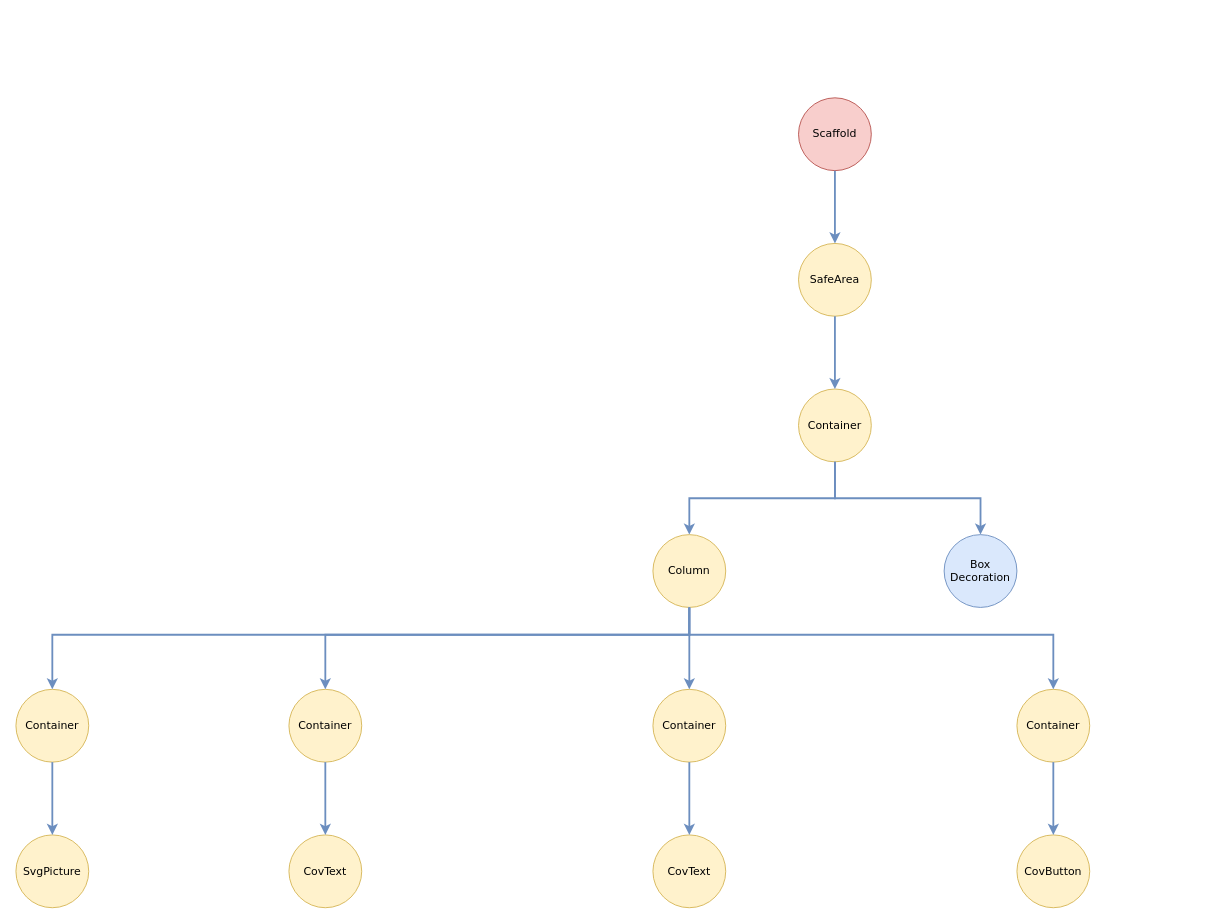
Before: .drawio/Intro.drawio in ukayaj620/covidfo, a draw.io diagram. Source tidied: cells renumbered, new cells numbered last; positions are measured from the earlier drawing's top-left corner, leaving out a move shared by most shapes. Both pictures are drawn from the tidied source at 91%, with x=0, y=0 at pixel (15, 97).
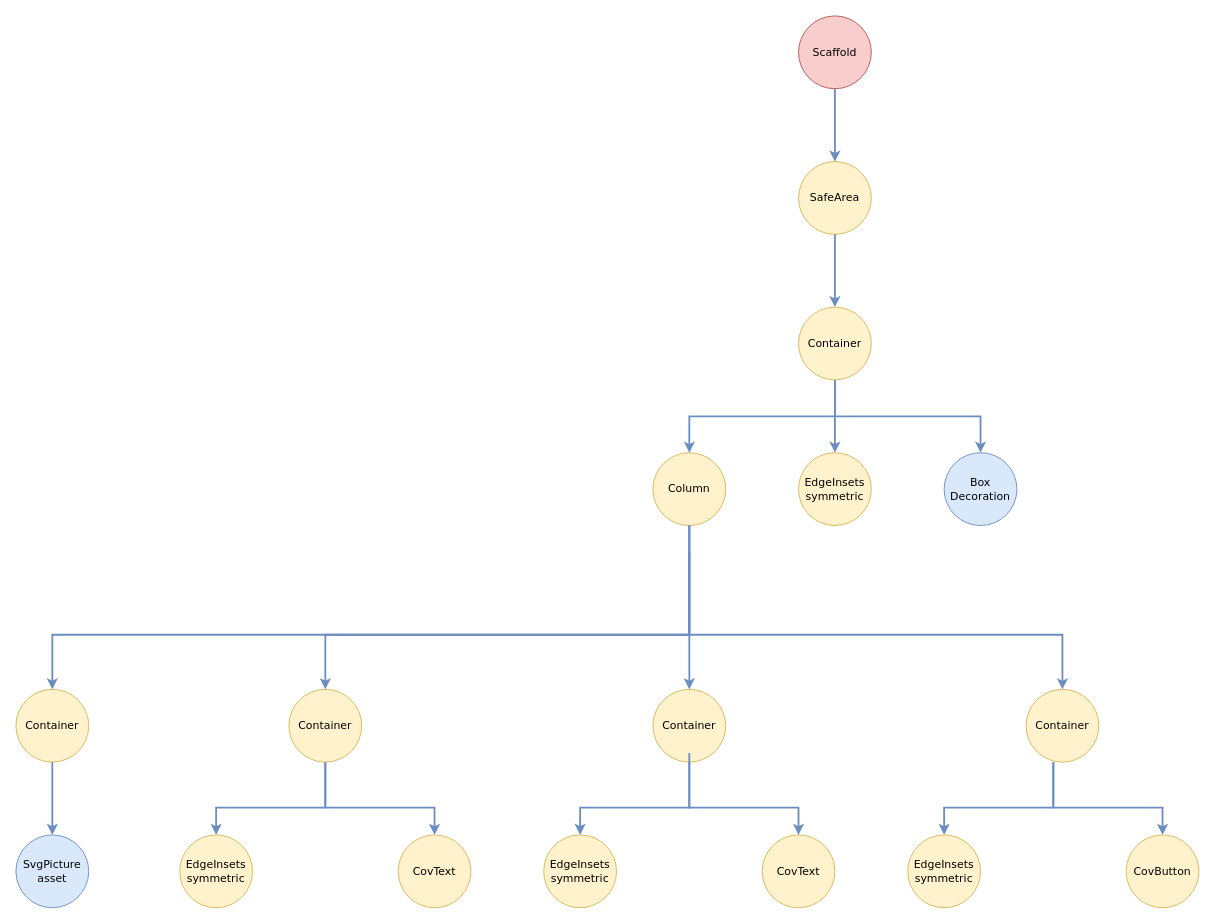
The same page after the edit.

The change refers to these unchanged cells:
```xml
<mxCell id="7" value="Container" style="ellipse;whiteSpace=wrap;html=1;fontFamily=Verdana;fillColor=#fff2cc;strokeColor=#d6b656;" parent="1" vertex="1">
  <mxGeometry x="300" y="650" width="80" height="80" as="geometry" />
</mxCell>
<mxCell id="8" value="Container" style="ellipse;whiteSpace=wrap;html=1;fontFamily=Verdana;fillColor=#fff2cc;strokeColor=#d6b656;" parent="1" vertex="1">
  <mxGeometry y="650" width="80" height="80" as="geometry" />
</mxCell>
<mxCell id="11" value="Container" style="ellipse;whiteSpace=wrap;html=1;fontFamily=Verdana;fillColor=#fff2cc;strokeColor=#d6b656;" parent="1" vertex="1">
  <mxGeometry x="700" y="650" width="80" height="80" as="geometry" />
</mxCell>
```

Diff of the diagram source:
```diff
@@
     <mxCell id="2" value="Scaffold" style="ellipse;whiteSpace=wrap;html=1;fontFamily=Verdana;fillColor=#f8cecc;strokeColor=#b85450;" parent="1" vertex="1">
-      <mxGeometry x="860" width="80" height="80" as="geometry" />
+      <mxGeometry x="860" y="-90" width="80" height="80" as="geometry" />
     </mxCell>
     <mxCell id="3" value="SafeArea" style="ellipse;whiteSpace=wrap;html=1;fontFamily=Verdana;fillColor=#fff2cc;strokeColor=#d6b656;" parent="1" vertex="1">
-      <mxGeometry x="860" y="160" width="80" height="80" as="geometry" />
+      <mxGeometry x="860" y="70" width="80" height="80" as="geometry" />
     </mxCell>
     <mxCell id="4" value="&lt;div&gt;Box&lt;/div&gt;&lt;div&gt;Decoration&lt;br&gt;&lt;/div&gt;" style="ellipse;whiteSpace=wrap;html=1;fontFamily=Verdana;fillColor=#dae8fc;strokeColor=#6c8ebf;" parent="1" vertex="1">
-      <mxGeometry x="1020" y="480" width="80" height="80" as="geometry" />
+      <mxGeometry x="1020" y="390" width="80" height="80" as="geometry" />
     </mxCell>
     <mxCell id="5" value="Container" style="ellipse;whiteSpace=wrap;html=1;fontFamily=Verdana;fillColor=#fff2cc;strokeColor=#d6b656;" parent="1" vertex="1">
-      <mxGeometry x="860" y="320" width="80" height="80" as="geometry" />
+      <mxGeometry x="860" y="230" width="80" height="80" as="geometry" />
     </mxCell>
     <mxCell id="6" value="Column" style="ellipse;whiteSpace=wrap;html=1;fontFamily=Verdana;fillColor=#fff2cc;strokeColor=#d6b656;" parent="1" vertex="1">
-      <mxGeometry x="700" y="480" width="80" height="80" as="geometry" />
+      <mxGeometry x="700" y="390" width="80" height="80" as="geometry" />
     </mxCell>
@@
-    <mxCell id="9" value="&lt;div&gt;SvgPicture&lt;/div&gt;" style="ellipse;whiteSpace=wrap;html=1;fontFamily=Verdana;fillColor=#fff2cc;strokeColor=#d6b656;" parent="1" vertex="1">
+    <mxCell id="9" value="&lt;div&gt;SvgPicture&lt;/div&gt;&lt;div&gt;asset&lt;br&gt;&lt;/div&gt;" style="ellipse;whiteSpace=wrap;html=1;fontFamily=Verdana;fillColor=#dae8fc;strokeColor=#6c8ebf;" parent="1" vertex="1">
       <mxGeometry y="810" width="80" height="80" as="geometry" />
     </mxCell>
     <mxCell id="10" value="CovText" style="ellipse;whiteSpace=wrap;html=1;fontFamily=Verdana;fillColor=#fff2cc;strokeColor=#d6b656;" parent="1" vertex="1">
-      <mxGeometry x="300" y="810" width="80" height="80" as="geometry" />
+      <mxGeometry x="420" y="810" width="80" height="80" as="geometry" />
     </mxCell>
@@
-    <mxCell id="12" value="CovText" style="ellipse;whiteSpace=wrap;html=1;fontFamily=Verdana;fillColor=#fff2cc;strokeColor=#d6b656;" parent="1" vertex="1">
-      <mxGeometry x="700" y="810" width="80" height="80" as="geometry" />
-    </mxCell>
@@
     <mxCell id="14" value="Container" style="ellipse;whiteSpace=wrap;html=1;fontFamily=Verdana;fillColor=#fff2cc;strokeColor=#d6b656;" parent="1" vertex="1">
-      <mxGeometry x="1100" y="650" width="80" height="80" as="geometry" />
+      <mxGeometry x="1110" y="650" width="80" height="80" as="geometry" />
     </mxCell>
     <mxCell id="15" value="CovButton" style="ellipse;whiteSpace=wrap;html=1;fontFamily=Verdana;fillColor=#fff2cc;strokeColor=#d6b656;" parent="1" vertex="1">
-      <mxGeometry x="1100" y="810" width="80" height="80" as="geometry" />
+      <mxGeometry x="1220" y="810" width="80" height="80" as="geometry" />
     </mxCell>
     <mxCell id="16" style="edgeStyle=elbowEdgeStyle;elbow=vertical;endArrow=classic;html=1;strokeWidth=2;fontFamily=Verdana;entryX=0.5;entryY=0;entryDx=0;entryDy=0;rounded=0;fillColor=#dae8fc;strokeColor=#6c8ebf;" parent="1" edge="1" target="7">
       <mxGeometry relative="1" as="geometry">
-        <mxPoint x="740" y="560" as="sourcePoint" />
+        <mxPoint x="740" y="500" as="sourcePoint" />
         <Array as="points">
           <mxPoint x="540" y="590" />
         </Array>
       </mxGeometry>
     </mxCell>
     <mxCell id="17" style="edgeStyle=elbowEdgeStyle;elbow=vertical;endArrow=classic;html=1;strokeWidth=2;fontFamily=Verdana;entryX=0.5;entryY=0;entryDx=0;entryDy=0;rounded=0;fillColor=#dae8fc;strokeColor=#6c8ebf;" parent="1" edge="1" target="8">
       <mxGeometry relative="1" as="geometry">
-        <mxPoint x="740" y="560" as="sourcePoint" />
+        <mxPoint x="740" y="470" as="sourcePoint" />
         <Array as="points">
           <mxPoint x="390" y="590" />
         </Array>
       </mxGeometry>
     </mxCell>
     <mxCell id="18" style="edgeStyle=elbowEdgeStyle;elbow=vertical;endArrow=classic;html=1;strokeWidth=2;fontFamily=Verdana;entryX=0.5;entryY=0;entryDx=0;entryDy=0;rounded=0;fillColor=#dae8fc;strokeColor=#6c8ebf;" parent="1" edge="1" target="14">
       <mxGeometry relative="1" as="geometry">
-        <mxPoint x="740" y="560" as="sourcePoint" />
+        <mxPoint x="740" y="470" as="sourcePoint" />
         <Array as="points">
           <mxPoint x="940" y="590" />
         </Array>
       </mxGeometry>
     </mxCell>
-    <mxCell id="19" style="edgeStyle=elbowEdgeStyle;elbow=vertical;endArrow=classic;html=1;strokeWidth=2;fontFamily=Verdana;exitX=0.5;exitY=1;exitDx=0;exitDy=0;rounded=0;fillColor=#dae8fc;strokeColor=#6c8ebf;" parent="1" edge="1" source="11" target="12">
-      <mxGeometry relative="1" as="geometry" />
-    </mxCell>
-    <mxCell id="20" style="edgeStyle=elbowEdgeStyle;elbow=vertical;endArrow=classic;html=1;strokeWidth=2;fontFamily=Verdana;entryX=0.5;entryY=0;entryDx=0;entryDy=0;exitX=0.5;exitY=1;exitDx=0;exitDy=0;rounded=0;fillColor=#dae8fc;strokeColor=#6c8ebf;" parent="1" edge="1" source="14" target="15">
-      <mxGeometry relative="1" as="geometry" />
-    </mxCell>
     <mxCell id="21" style="edgeStyle=elbowEdgeStyle;elbow=vertical;endArrow=classic;html=1;strokeWidth=2;fontFamily=Verdana;exitX=0.5;exitY=1;exitDx=0;exitDy=0;entryX=0.5;entryY=0;entryDx=0;entryDy=0;rounded=0;fillColor=#dae8fc;strokeColor=#6c8ebf;" parent="1" edge="1" source="7" target="10">
-      <mxGeometry relative="1" as="geometry" />
+      <mxGeometry relative="1" as="geometry">
+        <Array as="points">
+          <mxPoint x="400" y="780" />
+        </Array>
+      </mxGeometry>
     </mxCell>
@@
     <mxCell id="23" style="endArrow=classic;html=1;strokeWidth=2;fontFamily=Verdana;fillColor=#dae8fc;strokeColor=#6c8ebf;" parent="1" edge="1" target="11">
       <mxGeometry relative="1" as="geometry">
-        <mxPoint x="740" y="560" as="sourcePoint" />
+        <mxPoint x="740" y="470" as="sourcePoint" />
       </mxGeometry>
     </mxCell>
@@
     <mxCell id="25" style="edgeStyle=elbowEdgeStyle;elbow=vertical;endArrow=classic;html=1;strokeWidth=2;fontFamily=Verdana;exitX=0.5;exitY=1;exitDx=0;exitDy=0;rounded=0;fillColor=#dae8fc;strokeColor=#6c8ebf;" parent="1" edge="1" source="5" target="6">
       <mxGeometry relative="1" as="geometry">
         <Array as="points">
-          <mxPoint x="820" y="440" />
+          <mxPoint x="820" y="350" />
         </Array>
       </mxGeometry>
     </mxCell>
@@
+    <mxCell id="27" value="&lt;div&gt;EdgeInsets&lt;/div&gt;&lt;div&gt;symmetric&lt;br&gt;&lt;/div&gt;" style="ellipse;whiteSpace=wrap;html=1;fontFamily=Verdana;fillColor=#fff2cc;strokeColor=#d6b656;" parent="1" vertex="1">
+      <mxGeometry x="860" y="390" width="80" height="80" as="geometry" />
+    </mxCell>
+    <mxCell id="28" style="endArrow=classic;html=1;fontFamily=Verdana;exitX=0.5;exitY=1;exitDx=0;exitDy=0;entryX=0.5;entryY=0;entryDx=0;entryDy=0;fillColor=#dae8fc;strokeColor=#6c8ebf;strokeWidth=2;" parent="1" edge="1" source="5" target="27">
+      <mxGeometry relative="1" as="geometry" />
+    </mxCell>
+    <mxCell id="29" value="&lt;div&gt;EdgeInsets&lt;/div&gt;&lt;div&gt;symmetric&lt;br&gt;&lt;/div&gt;" style="ellipse;whiteSpace=wrap;html=1;fontFamily=Verdana;fillColor=#fff2cc;strokeColor=#d6b656;" parent="1" vertex="1">
+      <mxGeometry x="180" y="810" width="80" height="80" as="geometry" />
+    </mxCell>
+    <mxCell id="30" style="edgeStyle=elbowEdgeStyle;elbow=vertical;endArrow=classic;html=1;strokeWidth=2;fontFamily=Verdana;exitX=0.5;exitY=1;exitDx=0;exitDy=0;entryX=0.5;entryY=0;entryDx=0;entryDy=0;fillColor=#dae8fc;strokeColor=#6c8ebf;rounded=0;" parent="1" edge="1" source="7" target="29">
+      <mxGeometry relative="1" as="geometry">
+        <Array as="points">
+          <mxPoint x="280" y="780" />
+        </Array>
+      </mxGeometry>
+    </mxCell>
+    <mxCell id="12" value="CovText" style="ellipse;whiteSpace=wrap;html=1;fontFamily=Verdana;fillColor=#fff2cc;strokeColor=#d6b656;" parent="1" vertex="1">
+      <mxGeometry x="820" y="810" width="80" height="80" as="geometry" />
+    </mxCell>
+    <mxCell id="31" style="edgeStyle=elbowEdgeStyle;elbow=vertical;endArrow=classic;html=1;strokeWidth=2;fontFamily=Verdana;exitX=0.5;exitY=1;exitDx=0;exitDy=0;entryX=0.5;entryY=0;entryDx=0;entryDy=0;rounded=0;fillColor=#dae8fc;strokeColor=#6c8ebf;" parent="1" edge="1" target="12">
+      <mxGeometry relative="1" as="geometry">
+        <mxPoint x="740" y="730" as="sourcePoint" />
+        <Array as="points">
+          <mxPoint x="800" y="780" />
+        </Array>
+      </mxGeometry>
+    </mxCell>
+    <mxCell id="32" value="&lt;div&gt;EdgeInsets&lt;/div&gt;&lt;div&gt;symmetric&lt;br&gt;&lt;/div&gt;" style="ellipse;whiteSpace=wrap;html=1;fontFamily=Verdana;fillColor=#fff2cc;strokeColor=#d6b656;" parent="1" vertex="1">
+      <mxGeometry x="580" y="810" width="80" height="80" as="geometry" />
+    </mxCell>
+    <mxCell id="33" style="edgeStyle=elbowEdgeStyle;elbow=vertical;endArrow=classic;html=1;strokeWidth=2;fontFamily=Verdana;exitX=0.5;exitY=1;exitDx=0;exitDy=0;entryX=0.5;entryY=0;entryDx=0;entryDy=0;fillColor=#dae8fc;strokeColor=#6c8ebf;rounded=0;" parent="1" edge="1" target="32">
+      <mxGeometry relative="1" as="geometry">
+        <mxPoint x="740" y="720" as="sourcePoint" />
+        <Array as="points">
+          <mxPoint x="680" y="780" />
+        </Array>
+      </mxGeometry>
+    </mxCell>
+    <mxCell id="34" style="edgeStyle=elbowEdgeStyle;elbow=vertical;endArrow=classic;html=1;strokeWidth=2;fontFamily=Verdana;exitX=0.5;exitY=1;exitDx=0;exitDy=0;rounded=0;fillColor=#dae8fc;strokeColor=#6c8ebf;" parent="1" edge="1">
+      <mxGeometry relative="1" as="geometry">
+        <mxPoint x="1140" y="730" as="sourcePoint" />
+        <mxPoint x="1260" y="810" as="targetPoint" />
+        <Array as="points">
+          <mxPoint x="1200" y="780" />
+        </Array>
+      </mxGeometry>
+    </mxCell>
+    <mxCell id="35" value="&lt;div&gt;EdgeInsets&lt;/div&gt;&lt;div&gt;symmetric&lt;br&gt;&lt;/div&gt;" style="ellipse;whiteSpace=wrap;html=1;fontFamily=Verdana;fillColor=#fff2cc;strokeColor=#d6b656;" parent="1" vertex="1">
+      <mxGeometry x="980" y="810" width="80" height="80" as="geometry" />
+    </mxCell>
+    <mxCell id="36" style="edgeStyle=elbowEdgeStyle;elbow=vertical;endArrow=classic;html=1;strokeWidth=2;fontFamily=Verdana;exitX=0.5;exitY=1;exitDx=0;exitDy=0;entryX=0.5;entryY=0;entryDx=0;entryDy=0;fillColor=#dae8fc;strokeColor=#6c8ebf;rounded=0;" parent="1" edge="1" target="35">
+      <mxGeometry relative="1" as="geometry">
+        <mxPoint x="1140" y="730" as="sourcePoint" />
+        <Array as="points">
+          <mxPoint x="1080" y="780" />
+        </Array>
+      </mxGeometry>
+    </mxCell>
```
